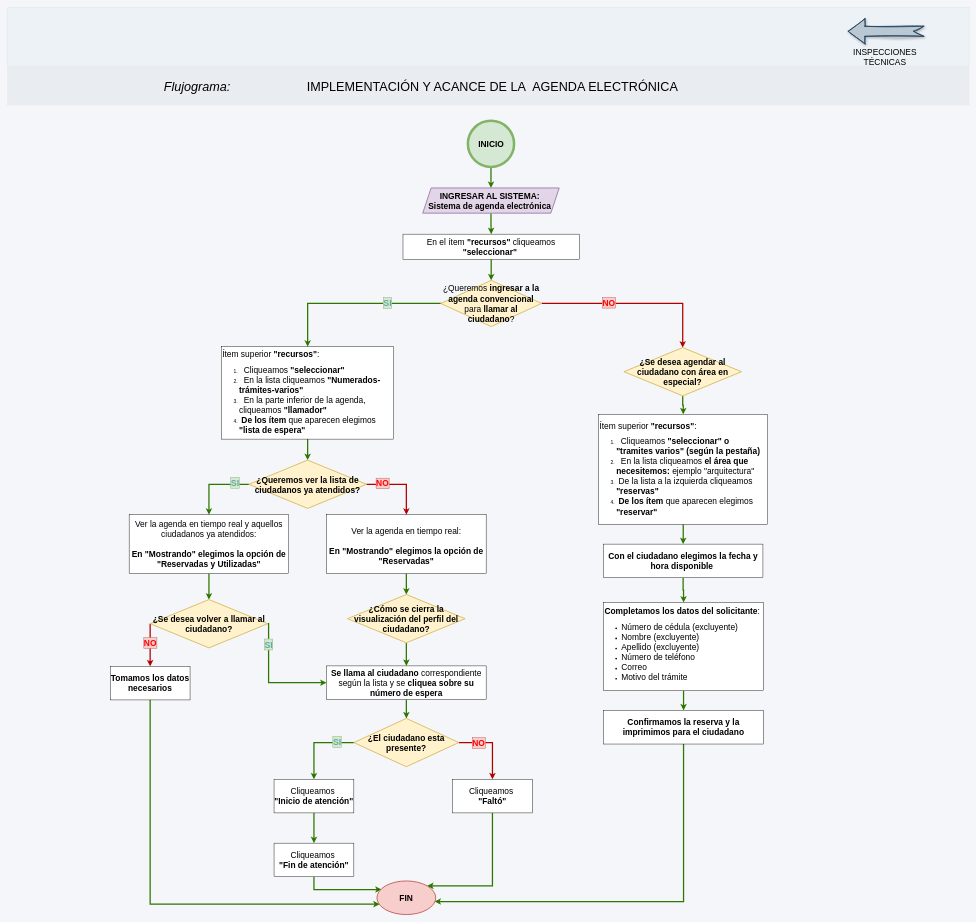
This is page "Agenda electrónica" (2 of 2) of Inspecciones técnicas/Inspecciones técnicas.drawio from adlc20/Manual_de_procedimientos_ccz9, a draw.io file, before an edit. Source tidied: cells renumbered, new cells numbered last; positions are measured from the earlier drawing's top-left corner, leaving out a move shared by most shapes. Both pictures are drawn from the tidied source at 42%, with x=0, y=0 at pixel (7, 7).
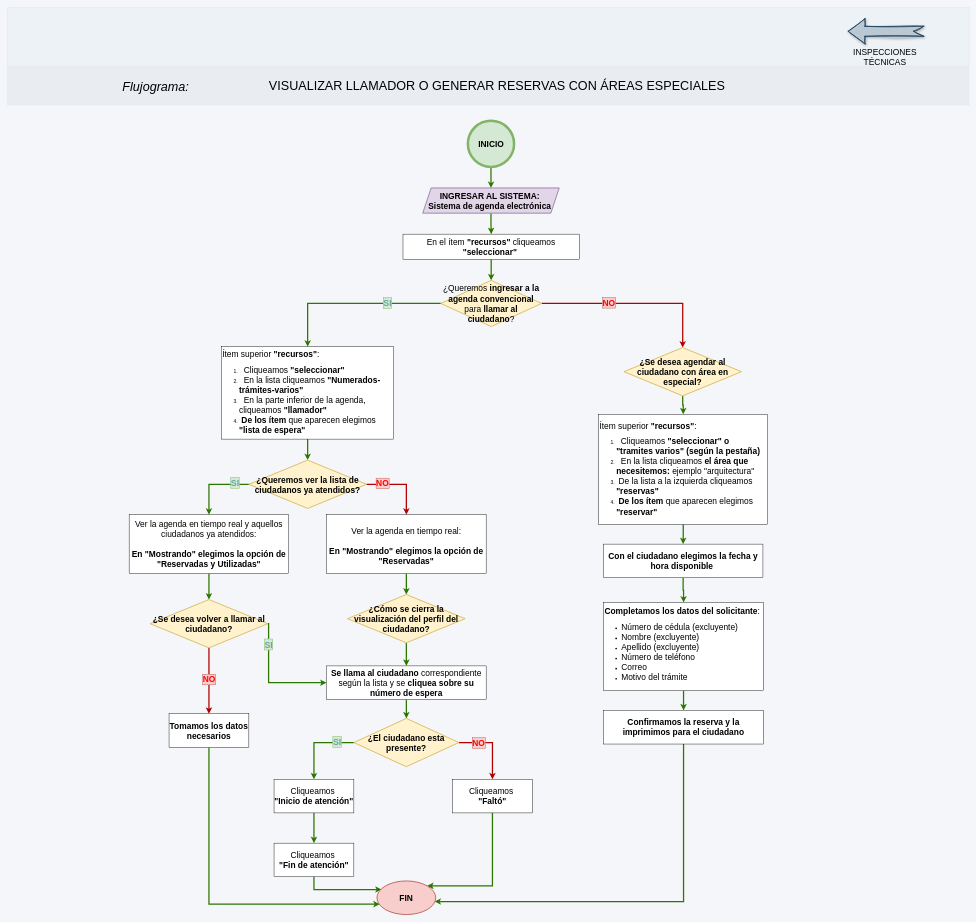
The same page after the edit.

Unchanged cells that the change refers to:
```xml
<mxCell id="48" value="&lt;font style=&quot;font-size: 20px;&quot;&gt;&lt;b&gt;FIN&lt;/b&gt;&lt;/font&gt;" style="ellipse;whiteSpace=wrap;html=1;fillColor=#f8cecc;strokeColor=#b85450;strokeWidth=2;" parent="1" vertex="1">
  <mxGeometry x="880" y="2080" width="140" height="80" as="geometry" />
</mxCell>
<mxCell id="53" value="&lt;font style=&quot;font-size: 20px;&quot;&gt;&lt;b&gt;¿Se desea volver a llamar al ciudadano?&lt;/b&gt;&lt;/font&gt;" style="rhombus;whiteSpace=wrap;html=1;fillColor=#fff2cc;strokeColor=#d6b656;strokeWidth=2;" parent="1" vertex="1">
  <mxGeometry x="340" y="1410" width="280" height="115" as="geometry" />
</mxCell>
```

The edit, as a diff of the source:
```diff
@@
-    <mxCell id="51" style="edgeStyle=orthogonalEdgeStyle;rounded=0;jettySize=auto;html=1;exitX=0;exitY=0.5;exitDx=0;exitDy=0;fillColor=#e51400;strokeColor=#B20000;strokeWidth=3;entryX=0.5;entryY=0;entryDx=0;entryDy=0;" parent="1" edge="1" source="53" target="55">
+    <mxCell id="51" style="edgeStyle=orthogonalEdgeStyle;rounded=0;jettySize=auto;html=1;exitX=0.5;exitY=1;exitDx=0;exitDy=0;fillColor=#e51400;strokeColor=#B20000;strokeWidth=3;entryX=0.5;entryY=0;entryDx=0;entryDy=0;" parent="1" edge="1" source="53" target="55">
       <mxGeometry relative="1" as="geometry">
         <Array as="points">
-          <mxPoint x="340" y="1568" />
+          <mxPoint x="480" y="1674" />
         </Array>
       </mxGeometry>
     </mxCell>
@@
     <mxCell id="54" style="edgeStyle=orthogonalEdgeStyle;rounded=0;jettySize=auto;html=1;exitX=0.5;exitY=1;exitDx=0;exitDy=0;fillColor=#60a917;strokeColor=#2D7600;strokeWidth=3;entryX=0.046;entryY=0.691;entryDx=0;entryDy=0;entryPerimeter=0;" parent="1" edge="1" source="55" target="48">
       <mxGeometry relative="1" as="geometry">
         <Array as="points">
-          <mxPoint x="340" y="2135" />
+          <mxPoint x="480" y="2135.2" />
         </Array>
       </mxGeometry>
     </mxCell>
     <mxCell id="55" value="&lt;span style=&quot;font-size: 20px;&quot;&gt;&lt;b&gt;Tomamos los datos necesarios&lt;/b&gt;&lt;/span&gt;" style="rounded=0;whiteSpace=wrap;html=1;" parent="1" vertex="1">
-      <mxGeometry x="245" y="1569" width="190" height="80" as="geometry" />
+      <mxGeometry x="385" y="1682" width="190" height="80" as="geometry" />
     </mxCell>
@@
     <mxCell id="58" value="&lt;i&gt;&lt;font style=&quot;font-size: 30px;&quot;&gt;Flujograma:&lt;/font&gt;&lt;/i&gt;" style="text;html=1;whiteSpace=wrap;strokeColor=none;fillColor=none;align=center;verticalAlign=middle;rounded=0;" parent="1" vertex="1">
-      <mxGeometry x="297" y="172.5" width="310" height="30" as="geometry" />
+      <mxGeometry x="230" y="172.5" width="247" height="30" as="geometry" />
     </mxCell>
-    <mxCell id="59" value="&lt;font style=&quot;font-size: 30px;&quot;&gt;IMPLEMENTACIÓN Y ACANCE DE LA&amp;nbsp; AGENDA ELECTRÓNICA&lt;/font&gt;" style="text;html=1;whiteSpace=wrap;strokeColor=none;fillColor=none;align=center;verticalAlign=middle;rounded=0;" parent="1" vertex="1">
-      <mxGeometry x="688.5" y="172.5" width="932" height="30" as="geometry" />
-    </mxCell>
@@
+    <mxCell id="62" value="&lt;font style=&quot;font-size: 30px;&quot;&gt;VISUALIZAR LLAMADOR O GENERAR RESERVAS CON ÁREAS ESPECIALES&lt;/font&gt;" style="text;html=1;whiteSpace=wrap;strokeColor=none;fillColor=none;align=center;verticalAlign=middle;rounded=0;" parent="1" vertex="1">
+      <mxGeometry x="575" y="149" width="1182" height="73" as="geometry" />
+    </mxCell>
```
